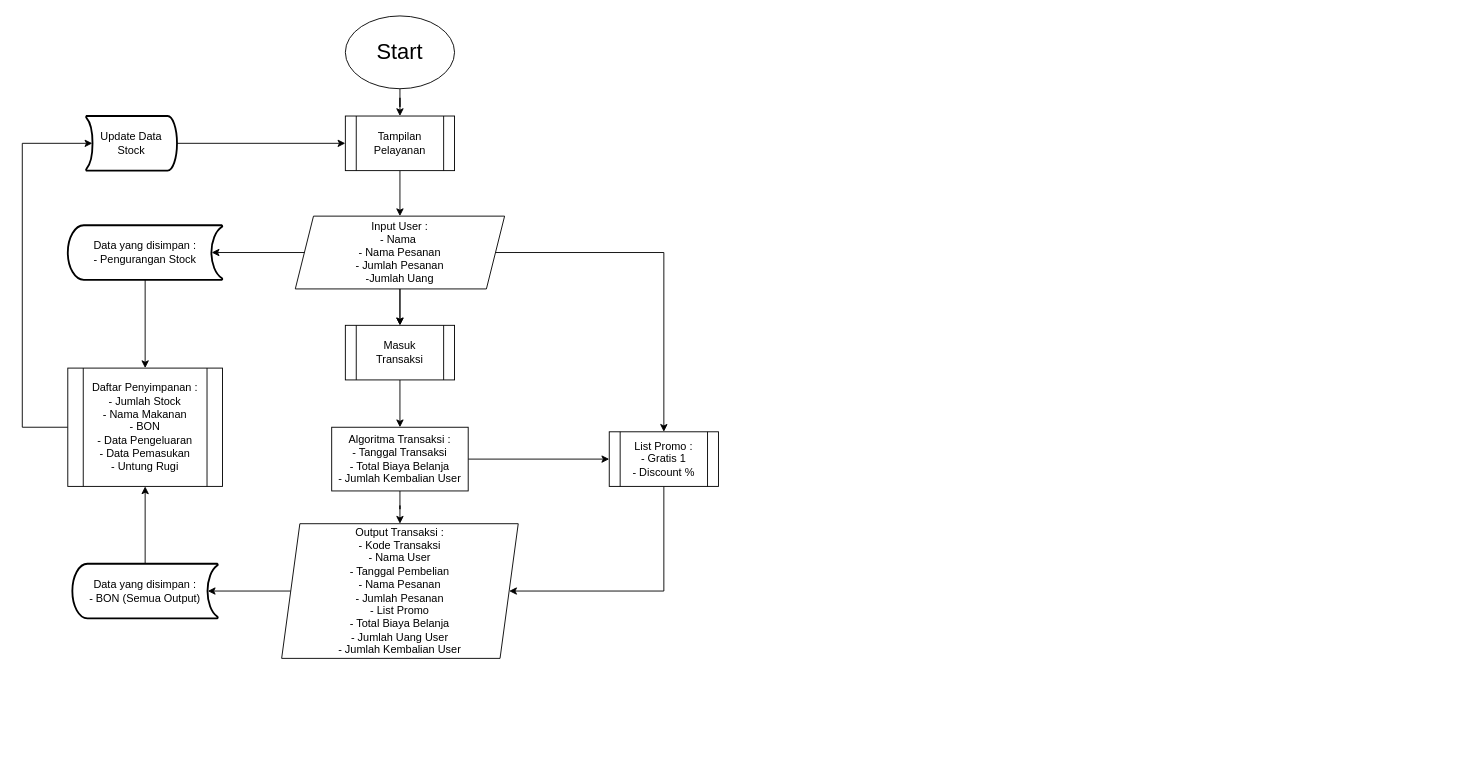
The draw.io diagram Untitled Diagram.drawio in MSZHabibie/HexaDon_San-Donuts-And-Cakes, before the edit. Source tidied: cells renumbered, new cells numbered last; positions are measured from the earlier drawing's top-left corner, leaving out a move shared by most shapes. Both pictures are drawn from the tidied source at 91%, with x=0, y=0 at pixel (22, 15).
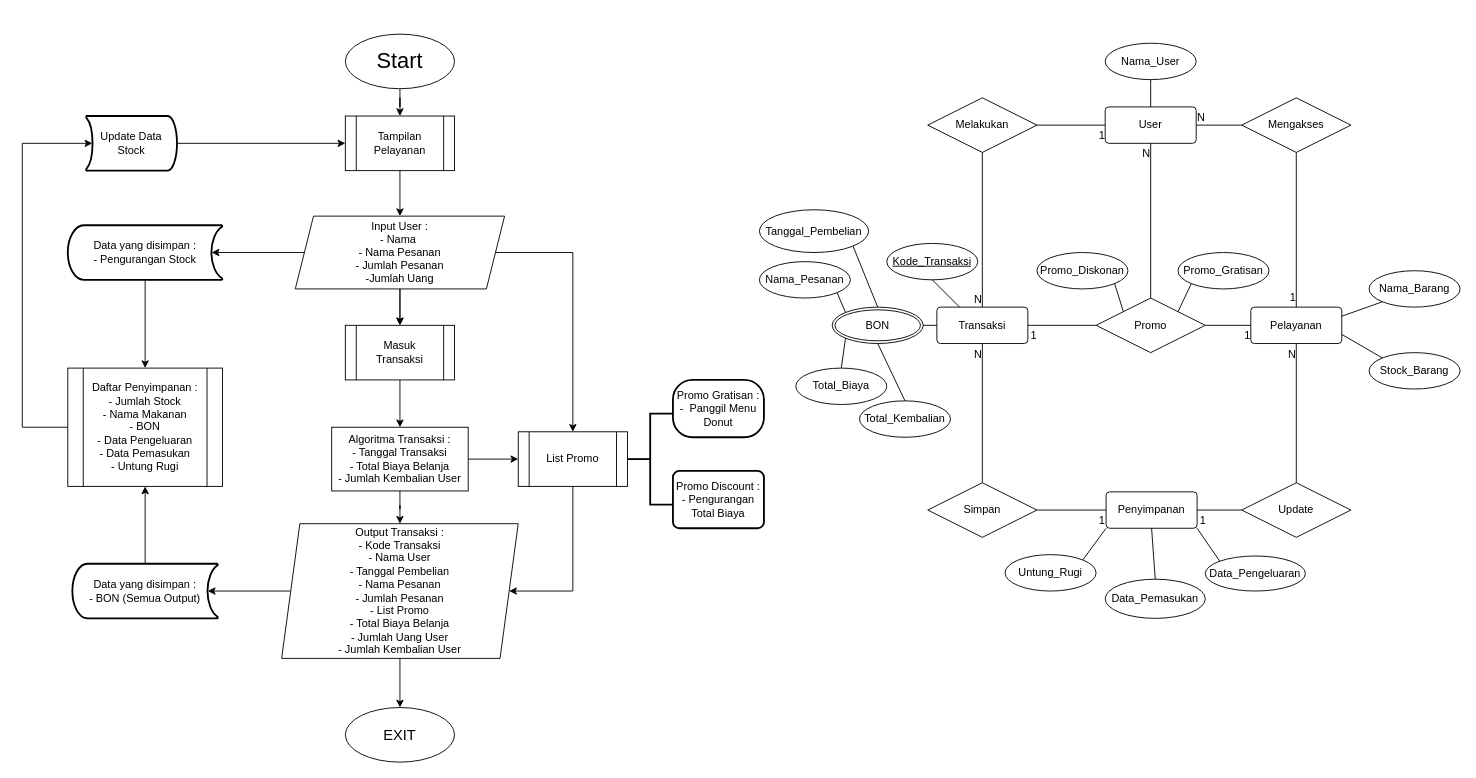
The same diagram, later.

Commit message:
Menambah Model ERD

Unchanged cells that the change refers to:
```xml
<mxCell id="13" value="Output Transaksi :&lt;br&gt;- Kode Transaksi&lt;br&gt;- Nama User&lt;br&gt;- Tanggal Pembelian&lt;br&gt;- Nama Pesanan&lt;br&gt;- Jumlah Pesanan&lt;br&gt;- List Promo&lt;br&gt;- Total Biaya Belanja&lt;br&gt;- Jumlah Uang User&lt;br&gt;- Jumlah Kembalian User" style="shape=parallelogram;perimeter=parallelogramPerimeter;whiteSpace=wrap;html=1;fixedSize=1;" parent="1" vertex="1">
  <mxGeometry x="285" y="558" width="260" height="148" as="geometry" />
</mxCell>
```

What changed in the source:
```diff
@@
     <mxCell id="3" value="&lt;font style=&quot;font-size: 24px&quot;&gt;Start&lt;/font&gt;" style="ellipse;whiteSpace=wrap;html=1;" parent="1" vertex="1">
-      <mxGeometry x="355" width="120" height="80" as="geometry" />
+      <mxGeometry x="355" y="20" width="120" height="60" as="geometry" />
     </mxCell>
@@
+    <mxCell id="28" style="edgeStyle=orthogonalEdgeStyle;rounded=0;jettySize=auto;html=1;" parent="1" edge="1" source="13" target="32">
+      <mxGeometry relative="1" as="geometry" />
+    </mxCell>
@@
-    <mxCell id="14" style="edgeStyle=orthogonalEdgeStyle;rounded=0;jettySize=auto;html=1;exitX=0.5;exitY=1;exitDx=0;exitDy=0;entryX=1;entryY=0.5;entryDx=0;entryDy=0;" parent="1" edge="1" source="15" target="13">
+    <mxCell id="14" style="edgeStyle=orthogonalEdgeStyle;rounded=0;jettySize=auto;html=1;entryX=1;entryY=0.5;entryDx=0;entryDy=0;exitX=0.5;exitY=1;exitDx=0;exitDy=0;" parent="1" edge="1" source="15" target="13">
       <mxGeometry relative="1" as="geometry">
         <Array as="points">
-          <mxPoint x="705" y="632" />
+          <mxPoint x="605" y="632" />
         </Array>
       </mxGeometry>
     </mxCell>
-    <mxCell id="15" value="List Promo :&lt;br&gt;- Gratis 1&lt;br&gt;- Discount %" style="shape=process;whiteSpace=wrap;html=1;backgroundOutline=1;" parent="1" vertex="1">
-      <mxGeometry x="645" y="457" width="120" height="60" as="geometry" />
+    <mxCell id="15" value="List Promo" style="shape=process;whiteSpace=wrap;html=1;backgroundOutline=1;" parent="1" vertex="1">
+      <mxGeometry x="545" y="457" width="120" height="60" as="geometry" />
     </mxCell>
@@
+    <mxCell id="29" style="strokeWidth=2;html=1;shape=mxgraph.flowchart.annotation_2;align=left;labelPosition=right;" parent="1" vertex="1">
+      <mxGeometry x="665" y="437" width="50" height="100" as="geometry" />
+    </mxCell>
+    <mxCell id="30" value="Promo Gratisan :&lt;br&gt;-&amp;nbsp; Panggil Menu Donut" style="rounded=1;whiteSpace=wrap;html=1;absoluteArcSize=1;arcSize=43;strokeWidth=2;" parent="1" vertex="1">
+      <mxGeometry x="715" y="400" width="100" height="63" as="geometry" />
+    </mxCell>
+    <mxCell id="31" value="Promo Discount :&lt;br&gt;- Pengurangan Total Biaya" style="rounded=1;whiteSpace=wrap;html=1;absoluteArcSize=1;arcSize=14;strokeWidth=2;" parent="1" vertex="1">
+      <mxGeometry x="715" y="500" width="100" height="63" as="geometry" />
+    </mxCell>
+    <mxCell id="32" value="&lt;font style=&quot;font-size: 16px&quot;&gt;EXIT&lt;/font&gt;" style="ellipse;whiteSpace=wrap;html=1;" parent="1" vertex="1">
+      <mxGeometry x="355" y="760" width="120" height="60" as="geometry" />
+    </mxCell>
+    <mxCell id="33" value="Pelayanan" style="rounded=1;arcSize=10;whiteSpace=wrap;html=1;align=center;" parent="1" vertex="1">
+      <mxGeometry x="1350" y="320" width="100" height="40" as="geometry" />
+    </mxCell>
+    <mxCell id="34" value="Transaksi" style="rounded=1;arcSize=10;whiteSpace=wrap;html=1;align=center;" parent="1" vertex="1">
+      <mxGeometry x="1005" y="320" width="100" height="40" as="geometry" />
+    </mxCell>
+    <mxCell id="35" value="Penyimpanan" style="rounded=1;arcSize=10;whiteSpace=wrap;html=1;align=center;" parent="1" vertex="1">
+      <mxGeometry x="1191" y="523" width="100" height="40" as="geometry" />
+    </mxCell>
+    <mxCell id="36" value="Nama_Barang" style="ellipse;whiteSpace=wrap;html=1;align=center;" parent="1" vertex="1">
+      <mxGeometry x="1480" y="280" width="100" height="40" as="geometry" />
+    </mxCell>
+    <mxCell id="37" value="Stock_Barang" style="ellipse;whiteSpace=wrap;html=1;align=center;" parent="1" vertex="1">
+      <mxGeometry x="1480" y="370" width="100" height="40" as="geometry" />
+    </mxCell>
+    <mxCell id="38" value="Nama_User" style="ellipse;whiteSpace=wrap;html=1;align=center;" parent="1" vertex="1">
+      <mxGeometry x="1190" y="30" width="100" height="40" as="geometry" />
+    </mxCell>
+    <mxCell id="39" value="Promo_Gratisan" style="ellipse;whiteSpace=wrap;html=1;align=center;" parent="1" vertex="1">
+      <mxGeometry x="1270" y="260" width="100" height="40" as="geometry" />
+    </mxCell>
+    <mxCell id="40" value="Promo_Diskonan" style="ellipse;whiteSpace=wrap;html=1;align=center;" parent="1" vertex="1">
+      <mxGeometry x="1115" y="260" width="100" height="40" as="geometry" />
+    </mxCell>
+    <mxCell id="41" value="User" style="rounded=1;arcSize=10;whiteSpace=wrap;html=1;align=center;" parent="1" vertex="1">
+      <mxGeometry x="1190" y="100" width="100" height="40" as="geometry" />
+    </mxCell>
+    <mxCell id="42" value="Total_Kembalian" style="ellipse;whiteSpace=wrap;html=1;align=center;" parent="1" vertex="1">
+      <mxGeometry x="920" y="423" width="100" height="40" as="geometry" />
+    </mxCell>
+    <mxCell id="43" value="Kode_Transaksi" style="ellipse;whiteSpace=wrap;html=1;align=center;fontStyle=4;" parent="1" vertex="1">
+      <mxGeometry x="950" y="250" width="100" height="40" as="geometry" />
+    </mxCell>
+    <mxCell id="44" value="BON" style="ellipse;shape=doubleEllipse;margin=3;whiteSpace=wrap;html=1;align=center;" parent="1" vertex="1">
+      <mxGeometry x="890" y="320" width="100" height="40" as="geometry" />
+    </mxCell>
+    <mxCell id="45" value="Tanggal_Pembelian" style="ellipse;whiteSpace=wrap;html=1;align=center;" parent="1" vertex="1">
+      <mxGeometry x="810" y="213" width="120" height="47" as="geometry" />
+    </mxCell>
+    <mxCell id="46" value="Nama_Pesanan" style="ellipse;whiteSpace=wrap;html=1;align=center;" parent="1" vertex="1">
+      <mxGeometry x="810" y="270" width="100" height="40" as="geometry" />
+    </mxCell>
+    <mxCell id="47" value="Total_Biaya" style="ellipse;whiteSpace=wrap;html=1;align=center;" parent="1" vertex="1">
+      <mxGeometry x="850" y="387" width="100" height="40" as="geometry" />
+    </mxCell>
+    <mxCell id="48" value="Mengakses" style="shape=rhombus;perimeter=rhombusPerimeter;whiteSpace=wrap;html=1;align=center;" parent="1" vertex="1">
+      <mxGeometry x="1340" y="90" width="120" height="60" as="geometry" />
+    </mxCell>
+    <mxCell id="49" style="endArrow=none;html=1;rounded=0;entryX=0.5;entryY=0;entryDx=0;entryDy=0;exitX=0.5;exitY=1;exitDx=0;exitDy=0;" parent="1" edge="1" source="48" target="33">
+      <mxGeometry relative="1" as="geometry" />
+    </mxCell>
+    <mxCell id="50" value="1" style="html=1;align=right;verticalAlign=bottom;" parent="49" vertex="1">
+      <mxGeometry x="1" relative="1" as="geometry">
+        <mxPoint y="-2" as="offset" />
+      </mxGeometry>
+    </mxCell>
+    <mxCell id="51" style="endArrow=none;html=1;rounded=0;entryX=1;entryY=0.75;entryDx=0;entryDy=0;exitX=0;exitY=0;exitDx=0;exitDy=0;" parent="1" edge="1" source="37" target="33">
+      <mxGeometry relative="1" as="geometry" />
+    </mxCell>
+    <mxCell id="52" style="endArrow=none;html=1;rounded=0;entryX=1;entryY=0.25;entryDx=0;entryDy=0;exitX=0;exitY=1;exitDx=0;exitDy=0;" parent="1" edge="1" source="36" target="33">
+      <mxGeometry relative="1" as="geometry" />
+    </mxCell>
+    <mxCell id="53" style="endArrow=none;html=1;rounded=0;entryX=1;entryY=0.5;entryDx=0;entryDy=0;exitX=0;exitY=0.5;exitDx=0;exitDy=0;" parent="1" edge="1" source="48" target="41">
+      <mxGeometry relative="1" as="geometry" />
+    </mxCell>
+    <mxCell id="54" value="N" style="html=1;align=right;verticalAlign=bottom;" parent="53" vertex="1">
+      <mxGeometry x="1" relative="1" as="geometry">
+        <mxPoint x="10.1" as="offset" />
+      </mxGeometry>
+    </mxCell>
+    <mxCell id="55" value="Melakukan" style="shape=rhombus;perimeter=rhombusPerimeter;whiteSpace=wrap;html=1;align=center;" parent="1" vertex="1">
+      <mxGeometry x="995" y="90" width="120" height="60" as="geometry" />
+    </mxCell>
+    <mxCell id="56" style="endArrow=none;html=1;rounded=0;entryX=0;entryY=0.5;entryDx=0;entryDy=0;exitX=1;exitY=0.5;exitDx=0;exitDy=0;" parent="1" edge="1" source="55" target="41">
+      <mxGeometry relative="1" as="geometry" />
+    </mxCell>
+    <mxCell id="57" value="1" style="html=1;align=right;verticalAlign=bottom;" parent="56" vertex="1">
+      <mxGeometry x="1" relative="1" as="geometry">
+        <mxPoint y="20" as="offset" />
+      </mxGeometry>
+    </mxCell>
+    <mxCell id="58" style="endArrow=none;html=1;rounded=0;entryX=0.5;entryY=0;entryDx=0;entryDy=0;exitX=0.5;exitY=1;exitDx=0;exitDy=0;" parent="1" edge="1" source="55" target="34">
+      <mxGeometry relative="1" as="geometry" />
+    </mxCell>
+    <mxCell id="59" value="N" style="html=1;align=right;verticalAlign=bottom;" parent="58" vertex="1">
+      <mxGeometry x="1" relative="1" as="geometry" />
+    </mxCell>
+    <mxCell id="60" style="endArrow=none;html=1;rounded=0;entryX=0.25;entryY=0;entryDx=0;entryDy=0;exitX=0.5;exitY=1;exitDx=0;exitDy=0;" parent="1" edge="1" source="43" target="34">
+      <mxGeometry relative="1" as="geometry" />
+    </mxCell>
+    <mxCell id="61" style="endArrow=none;html=1;rounded=0;entryX=1;entryY=0.5;entryDx=0;entryDy=0;exitX=0;exitY=0.5;exitDx=0;exitDy=0;" parent="1" edge="1" source="34" target="44">
+      <mxGeometry relative="1" as="geometry" />
+    </mxCell>
+    <mxCell id="62" style="endArrow=none;html=1;rounded=0;entryX=1;entryY=1;entryDx=0;entryDy=0;exitX=0.5;exitY=0;exitDx=0;exitDy=0;" parent="1" edge="1" source="44" target="45">
+      <mxGeometry relative="1" as="geometry" />
+    </mxCell>
+    <mxCell id="63" style="endArrow=none;html=1;rounded=0;entryX=1;entryY=1;entryDx=0;entryDy=0;exitX=0;exitY=0;exitDx=0;exitDy=0;" parent="1" edge="1" source="44" target="46">
+      <mxGeometry relative="1" as="geometry" />
+    </mxCell>
+    <mxCell id="64" style="endArrow=none;html=1;rounded=0;entryX=0.5;entryY=0;entryDx=0;entryDy=0;exitX=0;exitY=1;exitDx=0;exitDy=0;" parent="1" edge="1" source="44" target="47">
+      <mxGeometry relative="1" as="geometry" />
+    </mxCell>
+    <mxCell id="65" style="endArrow=none;html=1;rounded=0;entryX=0.5;entryY=0;entryDx=0;entryDy=0;exitX=0.5;exitY=1;exitDx=0;exitDy=0;" parent="1" edge="1" source="44" target="42">
+      <mxGeometry relative="1" as="geometry" />
+    </mxCell>
+    <mxCell id="66" value="Promo" style="shape=rhombus;perimeter=rhombusPerimeter;whiteSpace=wrap;html=1;align=center;" parent="1" vertex="1">
+      <mxGeometry x="1180" y="310" width="120" height="60" as="geometry" />
+    </mxCell>
+    <mxCell id="67" style="endArrow=none;html=1;rounded=0;entryX=0;entryY=0;entryDx=0;entryDy=0;exitX=1;exitY=1;exitDx=0;exitDy=0;" parent="1" edge="1" source="40" target="66">
+      <mxGeometry relative="1" as="geometry" />
+    </mxCell>
+    <mxCell id="68" style="endArrow=none;html=1;rounded=0;entryX=1;entryY=0;entryDx=0;entryDy=0;exitX=0;exitY=1;exitDx=0;exitDy=0;" parent="1" edge="1" source="39" target="66">
+      <mxGeometry relative="1" as="geometry" />
+    </mxCell>
+    <mxCell id="69" style="endArrow=none;html=1;rounded=0;entryX=0;entryY=0.5;entryDx=0;entryDy=0;exitX=1;exitY=0.5;exitDx=0;exitDy=0;" parent="1" edge="1" source="66" target="33">
+      <mxGeometry relative="1" as="geometry" />
+    </mxCell>
+    <mxCell id="70" value="1" style="html=1;align=right;verticalAlign=bottom;" parent="69" vertex="1">
+      <mxGeometry x="1" relative="1" as="geometry">
+        <mxPoint y="20" as="offset" />
+      </mxGeometry>
+    </mxCell>
+    <mxCell id="71" style="endArrow=none;html=1;rounded=0;entryX=1;entryY=0.5;entryDx=0;entryDy=0;exitX=0;exitY=0.5;exitDx=0;exitDy=0;" parent="1" edge="1" source="66" target="34">
+      <mxGeometry relative="1" as="geometry" />
+    </mxCell>
+    <mxCell id="72" value="1" style="html=1;align=right;verticalAlign=bottom;" parent="71" vertex="1">
+      <mxGeometry x="1" relative="1" as="geometry">
+        <mxPoint x="10.2" y="20" as="offset" />
+      </mxGeometry>
+    </mxCell>
+    <mxCell id="73" style="endArrow=none;html=1;rounded=0;entryX=0.5;entryY=1;entryDx=0;entryDy=0;exitX=0.5;exitY=0;exitDx=0;exitDy=0;" parent="1" edge="1" source="66" target="41">
+      <mxGeometry relative="1" as="geometry" />
+    </mxCell>
+    <mxCell id="74" value="N" style="html=1;align=right;verticalAlign=bottom;" parent="73" vertex="1">
+      <mxGeometry x="1" relative="1" as="geometry">
+        <mxPoint y="20.1" as="offset" />
+      </mxGeometry>
+    </mxCell>
+    <mxCell id="75" style="endArrow=none;html=1;rounded=0;exitX=0.5;exitY=1;exitDx=0;exitDy=0;entryX=0.5;entryY=0;entryDx=0;entryDy=0;" parent="1" edge="1" source="38" target="41">
+      <mxGeometry relative="1" as="geometry" />
+    </mxCell>
+    <mxCell id="76" value="Data_Pemasukan" style="ellipse;whiteSpace=wrap;html=1;align=center;" parent="1" vertex="1">
+      <mxGeometry x="1190" y="619" width="110" height="43" as="geometry" />
+    </mxCell>
+    <mxCell id="77" value="Data_Pengeluaran" style="ellipse;whiteSpace=wrap;html=1;align=center;" parent="1" vertex="1">
+      <mxGeometry x="1300" y="593.5" width="110" height="38.5" as="geometry" />
+    </mxCell>
+    <mxCell id="78" value="Untung_Rugi" style="ellipse;whiteSpace=wrap;html=1;align=center;" parent="1" vertex="1">
+      <mxGeometry x="1080" y="592" width="100" height="40" as="geometry" />
+    </mxCell>
+    <mxCell id="79" style="endArrow=none;html=1;rounded=0;entryX=1;entryY=0;entryDx=0;entryDy=0;exitX=0;exitY=1;exitDx=0;exitDy=0;" parent="1" edge="1" source="35" target="78">
+      <mxGeometry relative="1" as="geometry" />
+    </mxCell>
+    <mxCell id="80" style="endArrow=none;html=1;rounded=0;entryX=0.5;entryY=0;entryDx=0;entryDy=0;exitX=0.5;exitY=1;exitDx=0;exitDy=0;" parent="1" edge="1" source="35" target="76">
+      <mxGeometry relative="1" as="geometry" />
+    </mxCell>
+    <mxCell id="81" style="endArrow=none;html=1;rounded=0;entryX=0;entryY=0;entryDx=0;entryDy=0;exitX=1;exitY=1;exitDx=0;exitDy=0;" parent="1" edge="1" source="35" target="77">
+      <mxGeometry relative="1" as="geometry" />
+    </mxCell>
+    <mxCell id="82" value="Simpan" style="shape=rhombus;perimeter=rhombusPerimeter;whiteSpace=wrap;html=1;align=center;" parent="1" vertex="1">
+      <mxGeometry x="995" y="513" width="120" height="60" as="geometry" />
+    </mxCell>
+    <mxCell id="83" value="Update" style="shape=rhombus;perimeter=rhombusPerimeter;whiteSpace=wrap;html=1;align=center;" parent="1" vertex="1">
+      <mxGeometry x="1340" y="513" width="120" height="60" as="geometry" />
+    </mxCell>
+    <mxCell id="84" style="endArrow=none;html=1;rounded=0;entryX=0.5;entryY=1;entryDx=0;entryDy=0;exitX=0.5;exitY=0;exitDx=0;exitDy=0;" parent="1" edge="1" source="82" target="34">
+      <mxGeometry relative="1" as="geometry" />
+    </mxCell>
+    <mxCell id="85" value="N" style="html=1;align=right;verticalAlign=bottom;" parent="84" vertex="1">
+      <mxGeometry x="1" relative="1" as="geometry">
+        <mxPoint y="20.1" as="offset" />
+      </mxGeometry>
+    </mxCell>
+    <mxCell id="86" style="endArrow=none;html=1;rounded=0;entryX=0.5;entryY=1;entryDx=0;entryDy=0;exitX=0.5;exitY=0;exitDx=0;exitDy=0;" parent="1" edge="1" source="83" target="33">
+      <mxGeometry relative="1" as="geometry" />
+    </mxCell>
+    <mxCell id="87" value="N" style="html=1;align=right;verticalAlign=bottom;" parent="86" vertex="1">
+      <mxGeometry x="1" relative="1" as="geometry">
+        <mxPoint y="20.1" as="offset" />
+      </mxGeometry>
+    </mxCell>
+    <mxCell id="88" style="endArrow=none;html=1;rounded=0;entryX=0;entryY=0.5;entryDx=0;entryDy=0;exitX=1;exitY=0.5;exitDx=0;exitDy=0;" parent="1" edge="1" source="82" target="35">
+      <mxGeometry relative="1" as="geometry" />
+    </mxCell>
+    <mxCell id="89" value="1" style="html=1;align=right;verticalAlign=bottom;" parent="88" vertex="1">
+      <mxGeometry x="1" relative="1" as="geometry">
+        <mxPoint x="-1.5" y="20" as="offset" />
+      </mxGeometry>
+    </mxCell>
+    <mxCell id="90" style="endArrow=none;html=1;rounded=0;entryX=1;entryY=0.5;entryDx=0;entryDy=0;exitX=0;exitY=0.5;exitDx=0;exitDy=0;" parent="1" edge="1" source="83" target="35">
+      <mxGeometry relative="1" as="geometry" />
+    </mxCell>
+    <mxCell id="91" value="1" style="html=1;align=right;verticalAlign=bottom;" parent="90" vertex="1">
+      <mxGeometry x="1" relative="1" as="geometry">
+        <mxPoint x="10.2" y="20" as="offset" />
+      </mxGeometry>
+    </mxCell>
```
